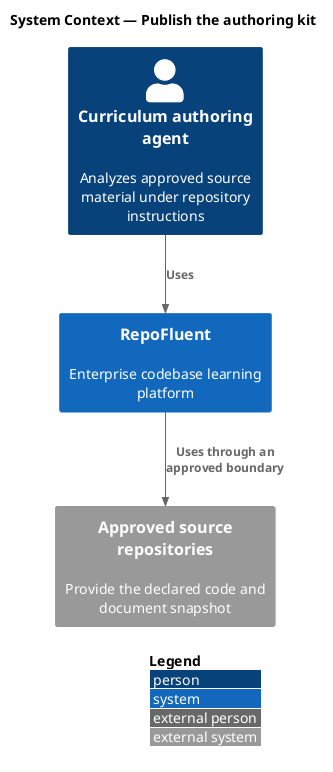
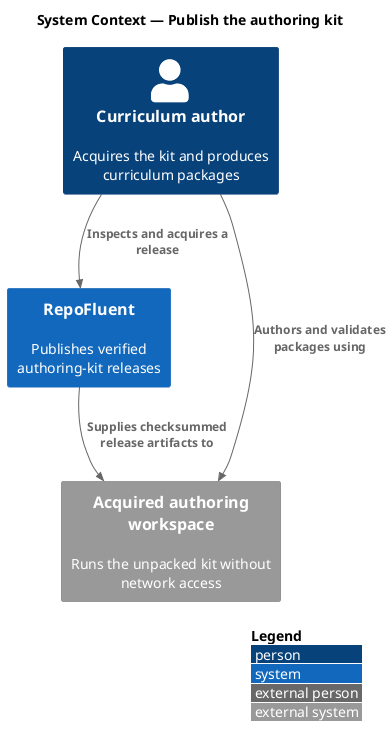
@startuml
!include <C4/C4_Context>
LAYOUT_WITH_LEGEND()
title System Context — Publish the authoring kit

- Person(actor, "Curriculum authoring agent", "Analyzes approved source material under repository instructions")
- System(repofluent, "RepoFluent", "Enterprise codebase learning platform")
- System_Ext(dependency, "Approved source repositories", "Provide the declared code and document snapshot")
+ Person(author, "Curriculum author", "Acquires the kit and produces curriculum packages")
+ System(repofluent, "RepoFluent", "Publishes verified authoring-kit releases")
+ System_Ext(workspace, "Acquired authoring workspace", "Runs the unpacked kit without network access")

- Rel(actor, repofluent, "Uses")
- Rel(repofluent, dependency, "Uses through an approved boundary")
+ Rel(author, repofluent, "Inspects and acquires a release")
+ Rel(author, workspace, "Authors and validates packages using")
+ Rel(repofluent, workspace, "Supplies checksummed release artifacts to")
@enduml
